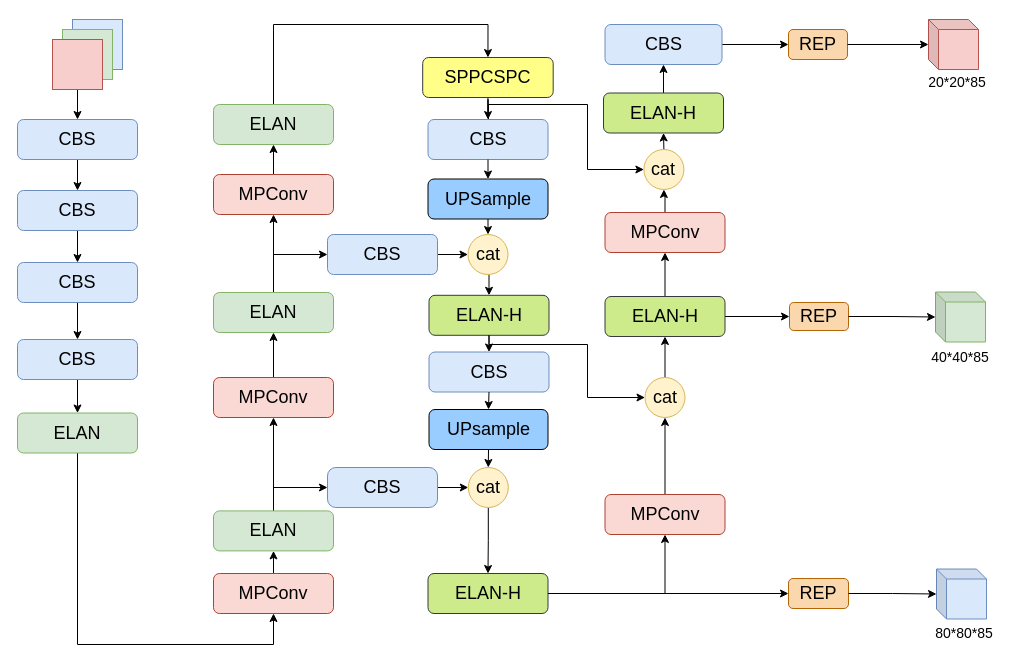
YANGJUNYAN0715/papers keeps this draw.io diagram as yolov7_精简版.drawio. Above is the earlier version. Source tidied: cells renumbered, new cells numbered last; positions are measured from the earlier drawing's top-left corner, leaving out a move shared by most shapes. Both pictures are drawn from the tidied source at 100%, with x=0, y=0 at pixel (17, 19).
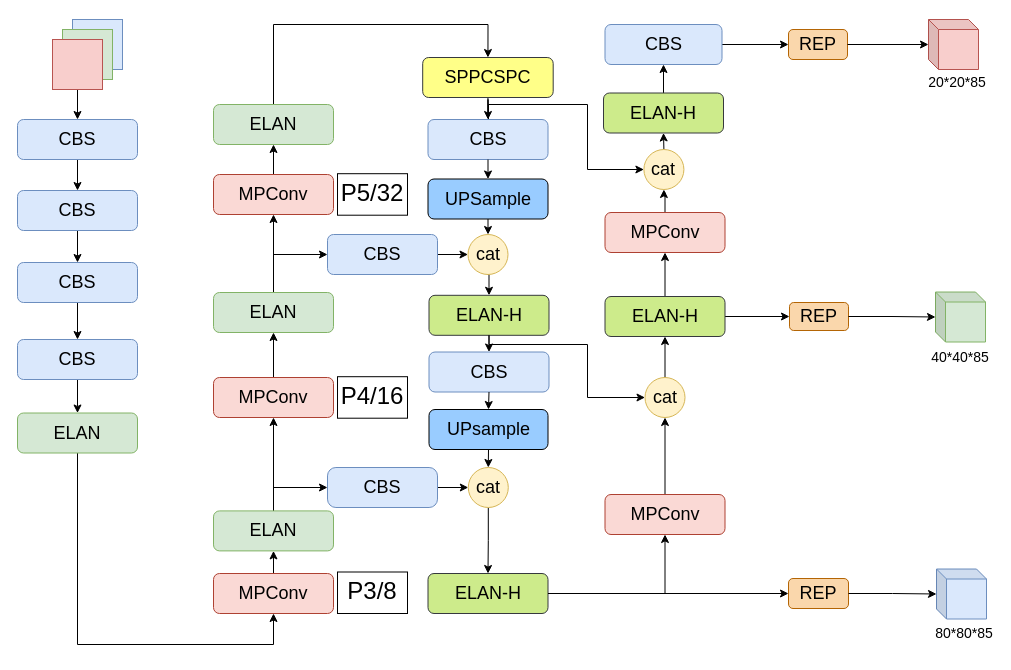
The same diagram, later.

Commit message:
更新yolov7_精简版.drawio

What changed in the source:
```diff
@@
+    <mxCell id="83" value="&lt;p style=&quot;line-height: 100%;&quot;&gt;&lt;font style=&quot;font-size: 24px;&quot;&gt;P3/8&lt;/font&gt;&lt;/p&gt;" style="rounded=0;whiteSpace=wrap;html=1;" parent="1" vertex="1">
+      <mxGeometry x="320" y="552.5" width="70" height="41.5" as="geometry" />
+    </mxCell>
+    <mxCell id="84" value="&lt;p style=&quot;line-height: 100%;&quot;&gt;&lt;font style=&quot;font-size: 24px;&quot;&gt;P4/16&lt;/font&gt;&lt;/p&gt;" style="rounded=0;whiteSpace=wrap;html=1;" parent="1" vertex="1">
+      <mxGeometry x="320" y="357.2" width="70" height="41.5" as="geometry" />
+    </mxCell>
+    <mxCell id="85" value="&lt;p style=&quot;line-height: 100%;&quot;&gt;&lt;font style=&quot;font-size: 24px;&quot;&gt;P5/32&lt;/font&gt;&lt;/p&gt;" style="rounded=0;whiteSpace=wrap;html=1;" parent="1" vertex="1">
+      <mxGeometry x="320" y="154.2" width="70" height="41.5" as="geometry" />
+    </mxCell>
```
